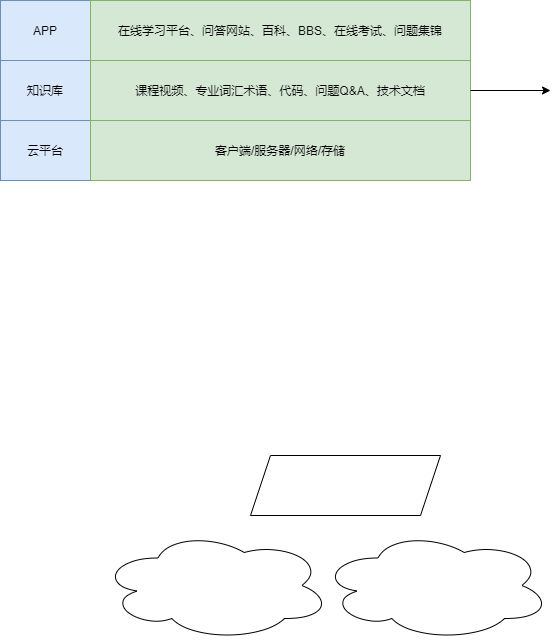
luomoweilan/draw keeps this draw.io diagram as 高安全性软件.png. Above is the earlier version. Source tidied: cells renumbered, new cells last; positions are measured from the earlier drawing's top-left corner, leaving out a move shared by most shapes.
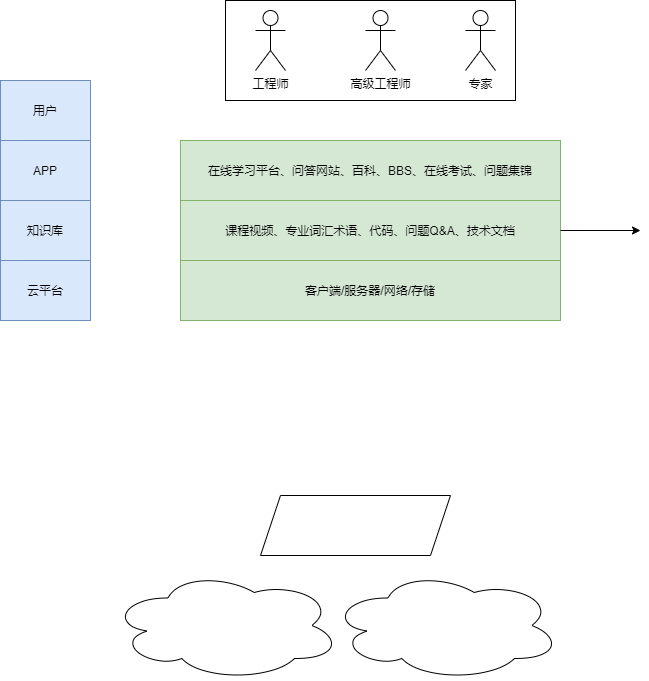
The same file after the commit.

Commit message:
更新高安全性软件.png

Diff of the diagram source:
```diff
@@ -2,23 +2,26 @@
   <root>
     <mxCell id="0" />
     <mxCell id="1" parent="0" />
+    <mxCell id="12" style="rounded=0;whiteSpace=wrap;html=1;" parent="1" vertex="1">
+      <mxGeometry x="215" y="-40" width="290" height="100" as="geometry" />
+    </mxCell>
     <mxCell id="2" value="云平台" style="rounded=0;whiteSpace=wrap;html=1;fillColor=#dae8fc;strokeColor=#6c8ebf;" parent="1" vertex="1">
-      <mxGeometry y="120" width="90" height="60" as="geometry" />
+      <mxGeometry x="-10" y="220" width="90" height="60" as="geometry" />
     </mxCell>
     <mxCell id="3" value="知识库" style="rounded=0;whiteSpace=wrap;html=1;fillColor=#dae8fc;strokeColor=#6c8ebf;" parent="1" vertex="1">
-      <mxGeometry y="60" width="90" height="60" as="geometry" />
+      <mxGeometry x="-10" y="160" width="90" height="60" as="geometry" />
     </mxCell>
     <mxCell id="4" value="APP" style="rounded=0;whiteSpace=wrap;html=1;fillColor=#dae8fc;strokeColor=#6c8ebf;" parent="1" vertex="1">
-      <mxGeometry width="90" height="60" as="geometry" />
+      <mxGeometry x="-10" y="100" width="90" height="60" as="geometry" />
     </mxCell>
     <mxCell id="5" value="客户端/服务器/网络/存储" style="rounded=0;whiteSpace=wrap;html=1;fillColor=#d5e8d4;strokeColor=#82b366;" parent="1" vertex="1">
-      <mxGeometry x="90" y="120" width="380" height="60" as="geometry" />
+      <mxGeometry x="170" y="220" width="380" height="60" as="geometry" />
     </mxCell>
     <mxCell id="6" value="课程视频、专业词汇术语、代码、问题Q&amp;amp;A、技术文档" style="rounded=0;whiteSpace=wrap;html=1;fillColor=#d5e8d4;strokeColor=#82b366;" parent="1" vertex="1">
-      <mxGeometry x="90" y="60" width="380" height="60" as="geometry" />
+      <mxGeometry x="170" y="160" width="380" height="60" as="geometry" />
     </mxCell>
     <mxCell id="7" value="在线学习平台、问答网站、百科、BBS、在线考试、问题集锦" style="rounded=0;whiteSpace=wrap;html=1;fillColor=#d5e8d4;strokeColor=#82b366;" parent="1" vertex="1">
-      <mxGeometry x="90" width="380" height="60" as="geometry" />
+      <mxGeometry x="170" y="100" width="380" height="60" as="geometry" />
     </mxCell>
     <mxCell id="8" style="ellipse;shape=cloud;whiteSpace=wrap;html=1;" parent="1" vertex="1">
       <mxGeometry x="320" y="530" width="230" height="110" as="geometry" />
@@ -31,8 +34,20 @@
     </mxCell>
     <mxCell id="11" style="endArrow=classic;html=1;exitX=1;exitY=0.5;exitDx=0;exitDy=0;" parent="1" edge="1" source="6">
       <mxGeometry relative="1" as="geometry">
-        <mxPoint x="550" y="90" as="targetPoint" />
+        <mxPoint x="630" y="190" as="targetPoint" />
       </mxGeometry>
     </mxCell>
+    <mxCell id="13" value="工程师" style="shape=umlActor;verticalLabelPosition=bottom;verticalAlign=top;html=1;" parent="1" vertex="1">
+      <mxGeometry x="245" y="-30" width="30" height="60" as="geometry" />
+    </mxCell>
+    <mxCell id="14" value="高级工程师" style="shape=umlActor;verticalLabelPosition=bottom;verticalAlign=top;html=1;" parent="1" vertex="1">
+      <mxGeometry x="355" y="-30" width="30" height="60" as="geometry" />
+    </mxCell>
+    <mxCell id="15" value="专家" style="shape=umlActor;verticalLabelPosition=bottom;verticalAlign=top;html=1;" parent="1" vertex="1">
+      <mxGeometry x="455" y="-30" width="30" height="60" as="geometry" />
+    </mxCell>
+    <mxCell id="16" value="用户" style="rounded=0;whiteSpace=wrap;html=1;fillColor=#dae8fc;strokeColor=#6c8ebf;" parent="1" vertex="1">
+      <mxGeometry x="-10" y="40" width="90" height="60" as="geometry" />
+    </mxCell>
   </root>
 </mxGraphModel>
```
